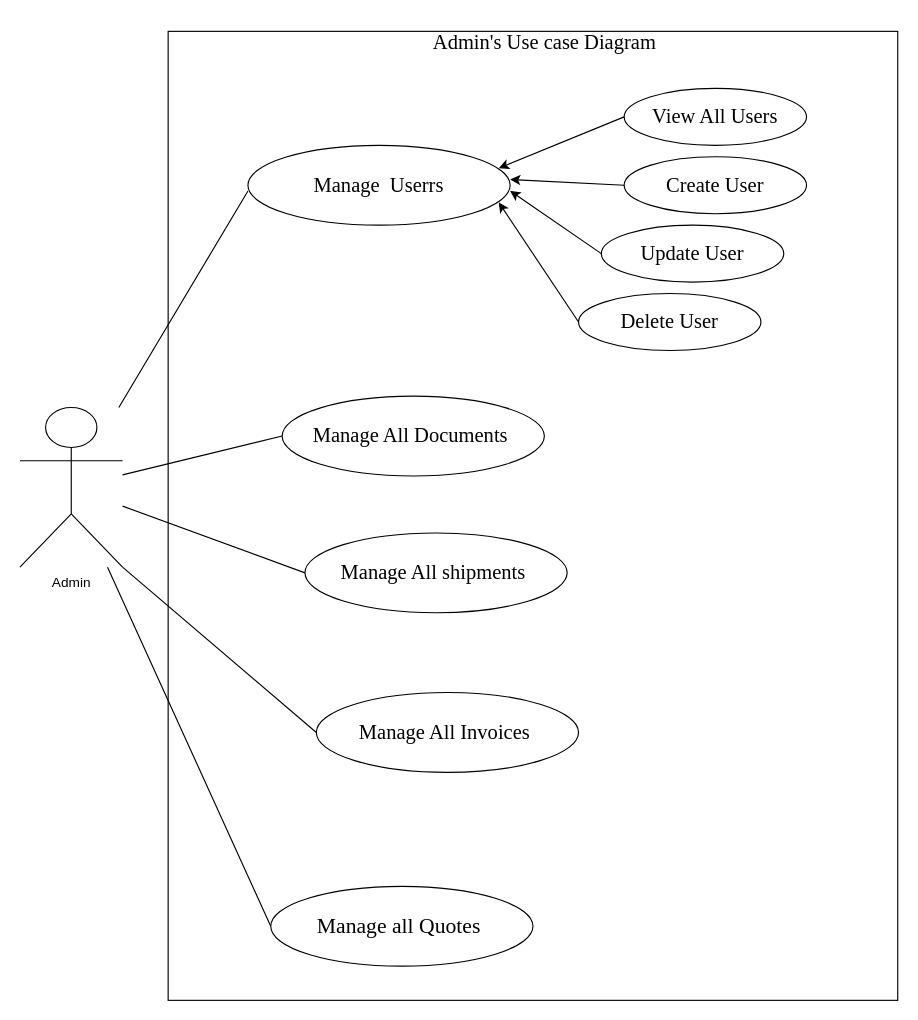
Before: use case diagrams/admin_use_case.drawio in adembornfrompain/backend_projet_avr, a draw.io diagram. Source tidied: cells renumbered, new cells numbered last; positions are measured from the earlier drawing's top-left corner, leaving out a move shared by most shapes. Both pictures are drawn from the tidied source at 114%, with x=0, y=0 at pixel (19, 19).
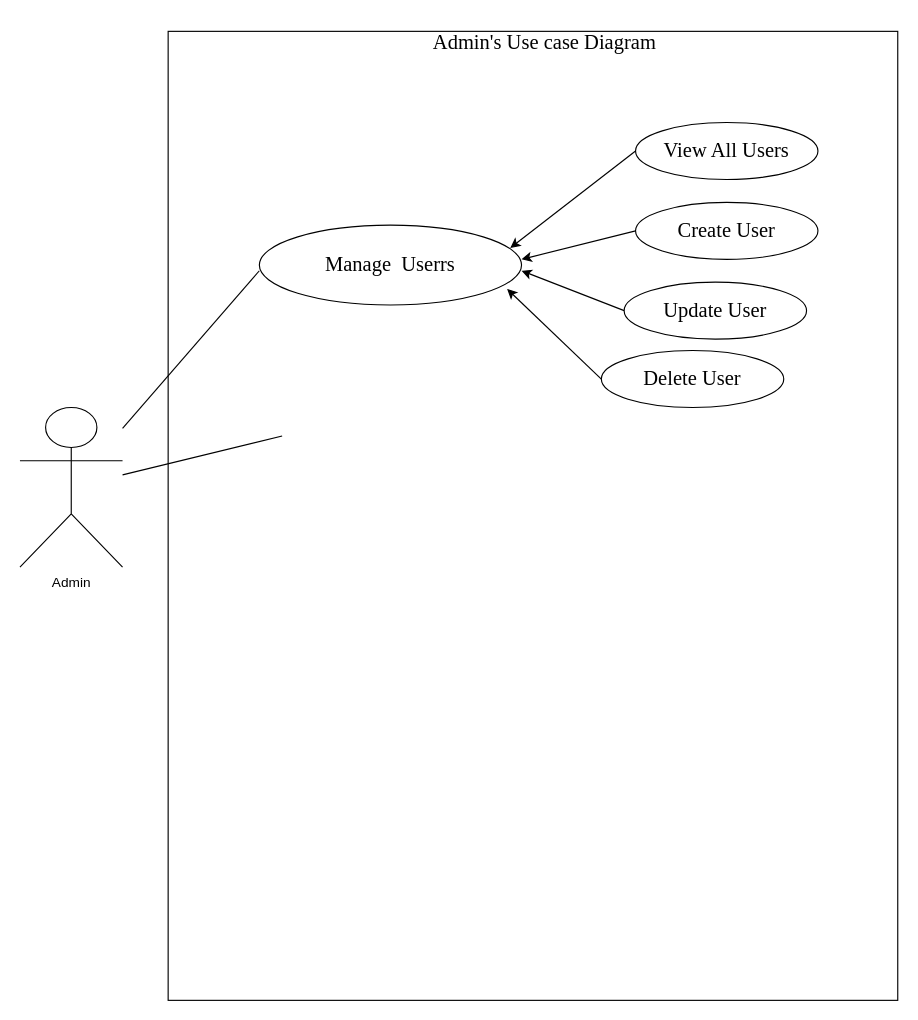
The same diagram, later.

Unchanged cells that the change refers to:
```xml
<mxCell id="2" value="Admin&lt;div&gt;&lt;br&gt;&lt;/div&gt;" style="shape=umlActor;verticalLabelPosition=bottom;verticalAlign=top;html=1;outlineConnect=0;" parent="1" vertex="1">
  <mxGeometry y="340" width="90" height="140" as="geometry" />
</mxCell>
```

What changed in the source:
```diff
@@
     <mxCell id="5" value="Manage&amp;nbsp; Userrs" style="ellipse;whiteSpace=wrap;html=1;fontFamily=Times New Roman;fontSize=18;" parent="1" vertex="1">
-      <mxGeometry x="200" y="110" width="230" height="70" as="geometry" />
+      <mxGeometry x="210" y="180" width="230" height="70" as="geometry" />
     </mxCell>
-    <mxCell id="6" value="Manage All Documents&amp;nbsp;" style="ellipse;whiteSpace=wrap;html=1;fontFamily=Times New Roman;fontSize=18;" parent="1" vertex="1">
-      <mxGeometry x="230" y="330" width="230" height="70" as="geometry" />
-    </mxCell>
-    <mxCell id="7" value="Manage All shipments&amp;nbsp;" style="ellipse;whiteSpace=wrap;html=1;fontFamily=Times New Roman;fontSize=18;" parent="1" vertex="1">
-      <mxGeometry x="250" y="450" width="230" height="70" as="geometry" />
-    </mxCell>
-    <mxCell id="8" value="&lt;font style=&quot;font-size: 19px;&quot; face=&quot;Times New Roman&quot;&gt;Manage all Quotes&amp;nbsp;&lt;/font&gt;" style="ellipse;whiteSpace=wrap;html=1;fontFamily=Times New Roman;" parent="1" vertex="1">
-      <mxGeometry x="220" y="760" width="230" height="70" as="geometry" />
-    </mxCell>
     <mxCell id="9" style="endArrow=none;html=1;" parent="1" edge="1" source="2">
       <mxGeometry relative="1" as="geometry">
-        <mxPoint x="200" y="150" as="targetPoint" />
+        <mxPoint x="210" y="220" as="targetPoint" />
       </mxGeometry>
     </mxCell>
     <mxCell id="10" style="edgeStyle=none;html=1;exitX=0;exitY=0.5;exitDx=0;exitDy=0;" parent="1" edge="1" source="11">
       <mxGeometry relative="1" as="geometry">
-        <mxPoint x="430" y="140" as="targetPoint" />
+        <mxPoint x="440" y="210" as="targetPoint" />
       </mxGeometry>
     </mxCell>
     <mxCell id="11" value="Create User" style="ellipse;whiteSpace=wrap;html=1;fontFamily=Times New Roman;fontSize=18;" parent="1" vertex="1">
-      <mxGeometry x="530" y="120" width="160" height="50" as="geometry" />
+      <mxGeometry x="540" y="160" width="160" height="50" as="geometry" />
     </mxCell>
     <mxCell id="12" style="edgeStyle=none;html=1;exitX=0;exitY=0.5;exitDx=0;exitDy=0;" parent="1" edge="1" source="13">
       <mxGeometry relative="1" as="geometry">
-        <mxPoint x="430" y="150" as="targetPoint" />
+        <mxPoint x="440" y="220" as="targetPoint" />
       </mxGeometry>
     </mxCell>
     <mxCell id="13" value="Update User" style="ellipse;whiteSpace=wrap;html=1;fontFamily=Times New Roman;fontSize=18;" parent="1" vertex="1">
-      <mxGeometry x="510" y="180" width="160" height="50" as="geometry" />
+      <mxGeometry x="530" y="230" width="160" height="50" as="geometry" />
     </mxCell>
-    <mxCell id="14" style="edgeStyle=none;html=1;exitX=0;exitY=0.5;exitDx=0;exitDy=0;" parent="1" edge="1" source="15">
-      <mxGeometry relative="1" as="geometry">
-        <mxPoint x="420" y="160" as="targetPoint" />
-      </mxGeometry>
+    <mxCell id="14" style="edgeStyle=none;html=1;exitX=0;exitY=0.5;exitDx=0;exitDy=0;entryX=0.945;entryY=0.8;entryDx=0;entryDy=0;entryPerimeter=0;" parent="1" edge="1" source="15" target="5">
+      <mxGeometry relative="1" as="geometry" />
     </mxCell>
     <mxCell id="15" value="Delete User" style="ellipse;whiteSpace=wrap;html=1;fontFamily=Times New Roman;fontSize=18;" parent="1" vertex="1">
-      <mxGeometry x="490" y="240" width="160" height="50" as="geometry" />
+      <mxGeometry x="510" y="290" width="160" height="50" as="geometry" />
     </mxCell>
     <mxCell id="16" value="View All Users" style="ellipse;whiteSpace=wrap;html=1;fontFamily=Times New Roman;fontSize=18;" parent="1" vertex="1">
-      <mxGeometry x="530" y="60" width="160" height="50" as="geometry" />
+      <mxGeometry x="540" y="90" width="160" height="50" as="geometry" />
     </mxCell>
@@
-    <mxCell id="18" value="Manage All Invoices&amp;nbsp;" style="ellipse;whiteSpace=wrap;html=1;fontFamily=Times New Roman;fontSize=18;" parent="1" vertex="1">
-      <mxGeometry x="260" y="590" width="230" height="70" as="geometry" />
-    </mxCell>
-    <mxCell id="19" style="endArrow=none;html=1;entryX=0;entryY=0.5;entryDx=0;entryDy=0;" parent="1" edge="1" source="2" target="6">
-      <mxGeometry relative="1" as="geometry" />
+    <mxCell id="19" style="endArrow=none;html=1;entryX=0;entryY=0.5;entryDx=0;entryDy=0;" parent="1" edge="1" source="2">
+      <mxGeometry relative="1" as="geometry">
+        <mxPoint x="230" y="365" as="targetPoint" />
+      </mxGeometry>
     </mxCell>
-    <mxCell id="20" style="endArrow=none;html=1;entryX=0;entryY=0.5;entryDx=0;entryDy=0;" parent="1" edge="1" source="2" target="7">
-      <mxGeometry relative="1" as="geometry" />
-    </mxCell>
-    <mxCell id="21" style="endArrow=none;html=1;exitX=1;exitY=1;exitDx=0;exitDy=0;exitPerimeter=0;entryX=0;entryY=0.5;entryDx=0;entryDy=0;" parent="1" edge="1" source="2" target="18">
-      <mxGeometry relative="1" as="geometry" />
-    </mxCell>
-    <mxCell id="22" style="endArrow=none;html=1;entryX=0;entryY=0.5;entryDx=0;entryDy=0;" parent="1" edge="1" source="2" target="8">
-      <mxGeometry relative="1" as="geometry" />
-    </mxCell>
```
